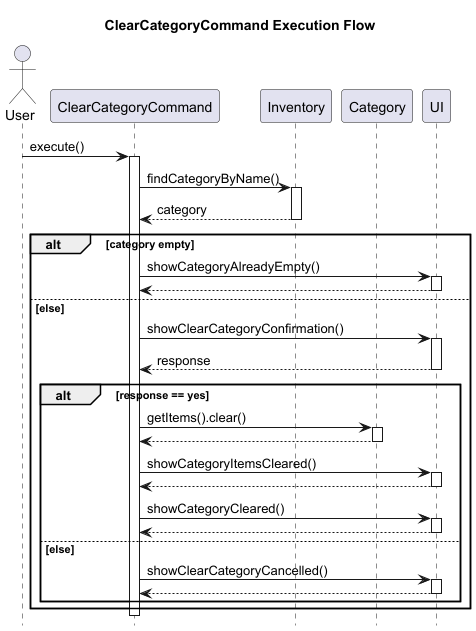
This is docs/diagrams/sequence/ClearCategoryCommandExecutionFlow.png from yueyang1111/tp, a PlantUML export, as it was before one commit. Source of this version:
```plantuml
@startuml
title ClearCategoryCommand Execution Flow

hide footbox

actor User
participant ClearCategoryCommand
participant Inventory
participant Category
participant UI

User -> ClearCategoryCommand : execute()
activate ClearCategoryCommand

ClearCategoryCommand -> Inventory : findCategoryByName()
activate Inventory
Inventory --> ClearCategoryCommand : category
deactivate Inventory

alt category empty
    ClearCategoryCommand -> UI : showCategoryAlreadyEmpty()
    activate UI
    UI --> ClearCategoryCommand
    deactivate UI

else else
    ClearCategoryCommand -> UI : showClearCategoryConfirmation()
    activate UI
    UI --> ClearCategoryCommand : response
    deactivate UI

    alt response == yes
        ClearCategoryCommand -> Category : getItems().clear()
        activate Category
        Category --> ClearCategoryCommand
        deactivate Category

        ClearCategoryCommand -> UI : showCategoryItemsCleared()
        activate UI
        UI --> ClearCategoryCommand
        deactivate UI

        ClearCategoryCommand -> UI : showCategoryCleared()
        activate UI
        UI --> ClearCategoryCommand
        deactivate UI

    else else
        ClearCategoryCommand -> UI : showClearCategoryCancelled()
        activate UI
        UI --> ClearCategoryCommand
        deactivate UI
    end
end

deactivate ClearCategoryCommand

@enduml
```
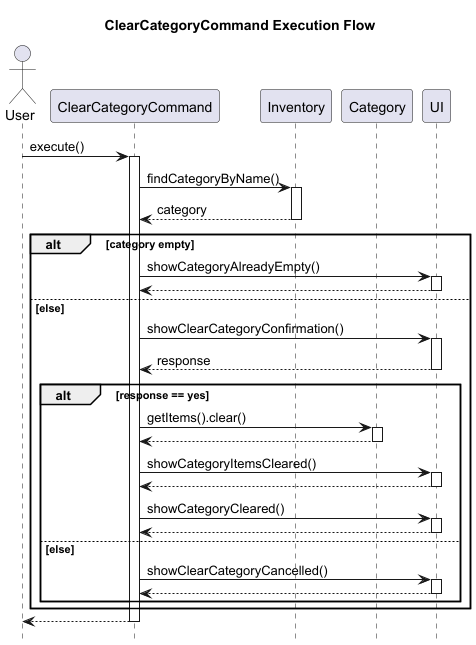
Above is the later version.

Commit message:
DG & UI Fixes v5 - Fixed Clear Category, Delete Item, Help Command diagrams - Fixed DG - Updated PPP - Fixed Junit

Change to the diagram source:
```diff
@@ -53,6 +53,7 @@
     end
 end
 
+ClearCategoryCommand --> User
 deactivate ClearCategoryCommand
 
 @enduml
```
